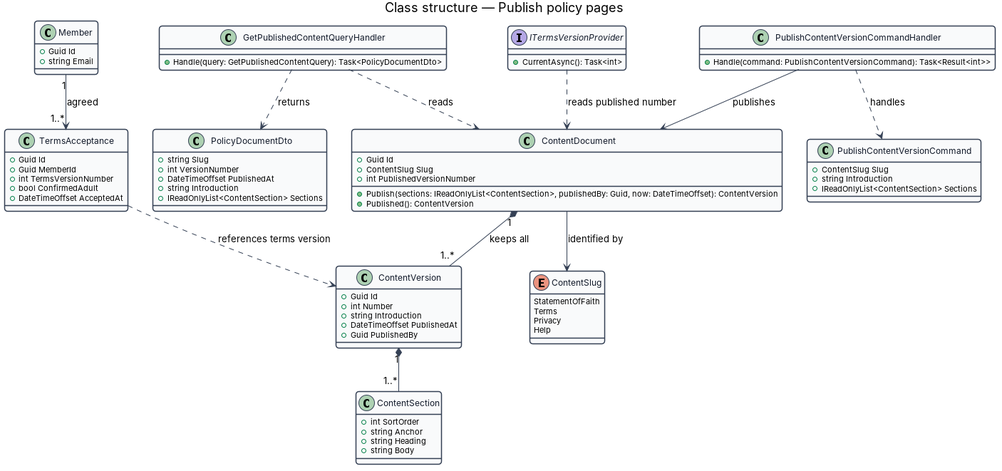
Earlier version of the PlantUML export docs/detailed-designs/trust-content/publish-policy-pages/diagrams/class-structure.png (QuinntyneBrown/jubilee). Its source is kept beside it as docs/detailed-designs/trust-content/publish-policy-pages/diagrams/class-structure.puml. The source it was exported from:
```plantuml
@startuml
skinparam backgroundColor #FFFFFF
skinparam shadowing false
skinparam roundcorner 8
skinparam defaultFontName Arial
skinparam ArrowColor #344054
skinparam class {
  BorderColor #344054
  FontColor #101828
  BackgroundColor #F9FAFB
}
title Class structure — Publish policy pages

enum ContentSlug {
  StatementOfFaith
  Terms
  Privacy
  Help
}

class ContentDocument {
  +Guid Id
  +ContentSlug Slug
  +int PublishedVersionNumber
  +Publish(sections: IReadOnlyList<ContentSection>, publishedBy: Guid, now: DateTimeOffset): ContentVersion
  +Published(): ContentVersion
}

class ContentVersion {
  +Guid Id
  +int Number
  +string Introduction
  +DateTimeOffset PublishedAt
  +Guid PublishedBy
}

class ContentSection {
  +int SortOrder
  +string Anchor
  +string Heading
  +string Body
}

class PolicyDocumentDto {
  +string Slug
  +int VersionNumber
  +DateTimeOffset PublishedAt
  +string Introduction
  +IReadOnlyList<ContentSection> Sections
}

class GetPublishedContentQueryHandler {
  +Handle(query: GetPublishedContentQuery): Task<PolicyDocumentDto>
}

class PublishContentVersionCommand {
  +ContentSlug Slug
  +string Introduction
  +IReadOnlyList<ContentSection> Sections
}

class PublishContentVersionCommandHandler {
  +Handle(command: PublishContentVersionCommand): Task<Result<int>>
}

class TermsAcceptance {
  +Guid Id
  +Guid MemberId
  +int TermsVersionNumber
  +bool ConfirmedAdult
  +DateTimeOffset AcceptedAt
}

interface ITermsVersionProvider {
  +CurrentAsync(): Task<int>
}

class Member {
  +Guid Id
  +string Email
}

ContentDocument --> ContentSlug : identified by
ContentDocument "1" *-- "1..*" ContentVersion : keeps all
ContentVersion "1" *-- "1..*" ContentSection
GetPublishedContentQueryHandler ..> ContentDocument : reads
GetPublishedContentQueryHandler ..> PolicyDocumentDto : returns
PublishContentVersionCommandHandler ..> PublishContentVersionCommand : handles
PublishContentVersionCommandHandler --> ContentDocument : publishes
Member "1" --> "1..*" TermsAcceptance : agreed
TermsAcceptance ..> ContentVersion : references terms version
ITermsVersionProvider ..> ContentDocument : reads published number
@enduml
```
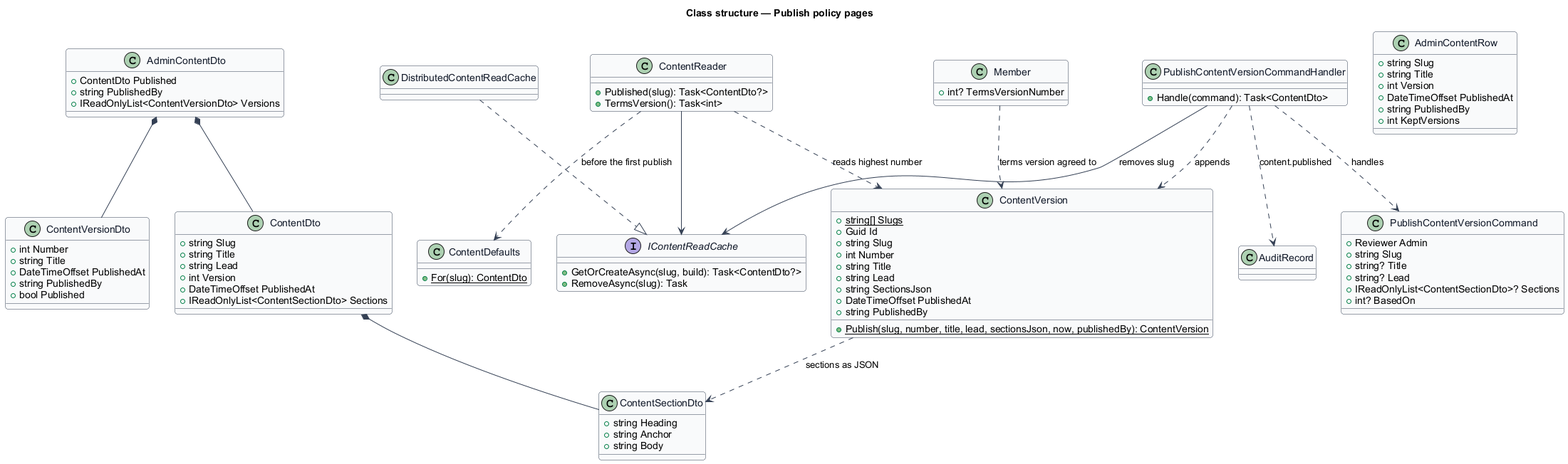
After the commit.

Change to the diagram source:
```diff
@@ -11,83 +11,103 @@
 }
 title Class structure — Publish policy pages
 
-enum ContentSlug {
-  StatementOfFaith
-  Terms
-  Privacy
-  Help
+class ContentVersion {
+  +{static} string[] Slugs
+  +Guid Id
+  +string Slug
+  +int Number
+  +string Title
+  +string Lead
+  +string SectionsJson
+  +DateTimeOffset PublishedAt
+  +string PublishedBy
+  +{static} Publish(slug, number, title, lead, sectionsJson, now, publishedBy): ContentVersion
 }
 
-class ContentDocument {
-  +Guid Id
-  +ContentSlug Slug
-  +int PublishedVersionNumber
-  +Publish(sections: IReadOnlyList<ContentSection>, publishedBy: Guid, now: DateTimeOffset): ContentVersion
-  +Published(): ContentVersion
-}
-
-class ContentVersion {
-  +Guid Id
-  +int Number
-  +string Introduction
-  +DateTimeOffset PublishedAt
-  +Guid PublishedBy
-}
-
-class ContentSection {
-  +int SortOrder
+class ContentSectionDto {
+  +string Heading
   +string Anchor
-  +string Heading
   +string Body
 }
 
-class PolicyDocumentDto {
+class ContentDto {
   +string Slug
-  +int VersionNumber
+  +string Title
+  +string Lead
+  +int Version
   +DateTimeOffset PublishedAt
-  +string Introduction
-  +IReadOnlyList<ContentSection> Sections
+  +IReadOnlyList<ContentSectionDto> Sections
 }
 
-class GetPublishedContentQueryHandler {
-  +Handle(query: GetPublishedContentQuery): Task<PolicyDocumentDto>
+class AdminContentRow {
+  +string Slug
+  +string Title
+  +int Version
+  +DateTimeOffset PublishedAt
+  +string PublishedBy
+  +int KeptVersions
 }
 
+class AdminContentDto {
+  +ContentDto Published
+  +string PublishedBy
+  +IReadOnlyList<ContentVersionDto> Versions
+}
+
+class ContentVersionDto {
+  +int Number
+  +string Title
+  +DateTimeOffset PublishedAt
+  +string PublishedBy
+  +bool Published
+}
+
+class ContentDefaults {
+  +{static} For(slug): ContentDto
+}
+
+class ContentReader {
+  +Published(slug): Task<ContentDto?>
+  +TermsVersion(): Task<int>
+}
+
+interface IContentReadCache {
+  +GetOrCreateAsync(slug, build): Task<ContentDto?>
+  +RemoveAsync(slug): Task
+}
+
+class DistributedContentReadCache
+
 class PublishContentVersionCommand {
-  +ContentSlug Slug
-  +string Introduction
-  +IReadOnlyList<ContentSection> Sections
+  +Reviewer Admin
+  +string Slug
+  +string? Title
+  +string? Lead
+  +IReadOnlyList<ContentSectionDto>? Sections
+  +int? BasedOn
 }
 
 class PublishContentVersionCommandHandler {
-  +Handle(command: PublishContentVersionCommand): Task<Result<int>>
+  +Handle(command): Task<ContentDto>
 }
 
-class TermsAcceptance {
-  +Guid Id
-  +Guid MemberId
-  +int TermsVersionNumber
-  +bool ConfirmedAdult
-  +DateTimeOffset AcceptedAt
+class AuditRecord
+
+class Member {
+  +int? TermsVersionNumber
 }
 
-interface ITermsVersionProvider {
-  +CurrentAsync(): Task<int>
-}
-
-class Member {
-  +Guid Id
-  +string Email
-}
-
-ContentDocument --> ContentSlug : identified by
-ContentDocument "1" *-- "1..*" ContentVersion : keeps all
-ContentVersion "1" *-- "1..*" ContentSection
-GetPublishedContentQueryHandler ..> ContentDocument : reads
-GetPublishedContentQueryHandler ..> PolicyDocumentDto : returns
+ContentVersion ..> ContentSectionDto : sections as JSON
+ContentDto *-- ContentSectionDto
+AdminContentDto *-- ContentDto
+AdminContentDto *-- ContentVersionDto
+ContentReader --> IContentReadCache
+ContentReader ..> ContentVersion : reads highest number
+ContentReader ..> ContentDefaults : before the first publish
+DistributedContentReadCache ..|> IContentReadCache
 PublishContentVersionCommandHandler ..> PublishContentVersionCommand : handles
-PublishContentVersionCommandHandler --> ContentDocument : publishes
-Member "1" --> "1..*" TermsAcceptance : agreed
-TermsAcceptance ..> ContentVersion : references terms version
-ITermsVersionProvider ..> ContentDocument : reads published number
+PublishContentVersionCommandHandler ..> ContentVersion : appends
+PublishContentVersionCommandHandler ..> AuditRecord : content.published
+PublishContentVersionCommandHandler --> IContentReadCache : removes slug
+Member ..> ContentVersion : terms version agreed to
 @enduml
```
